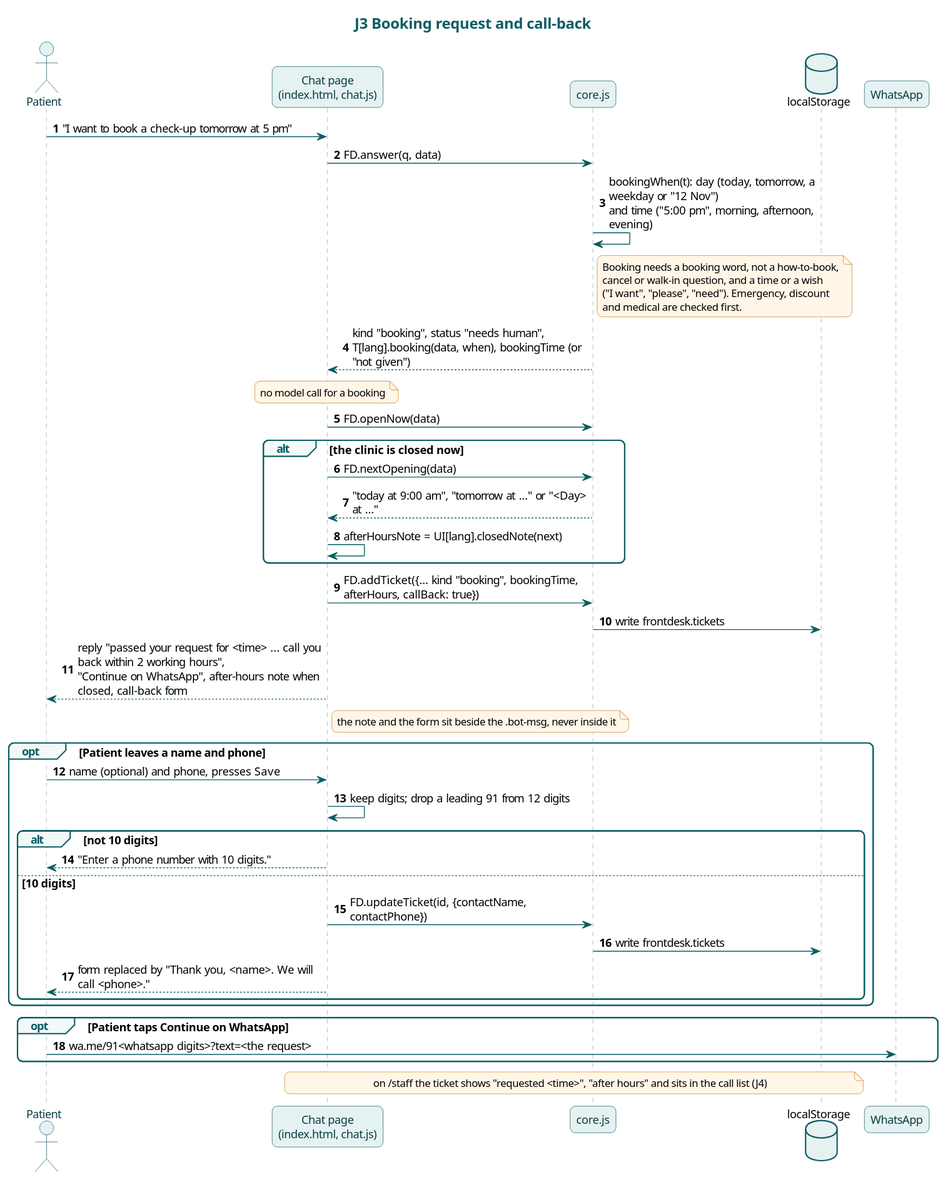
Above: docs/diagrams/j3-booking-and-call-back.svg in karwasanjay007/frontdesk-ai-docs (PlantUML), before the change.
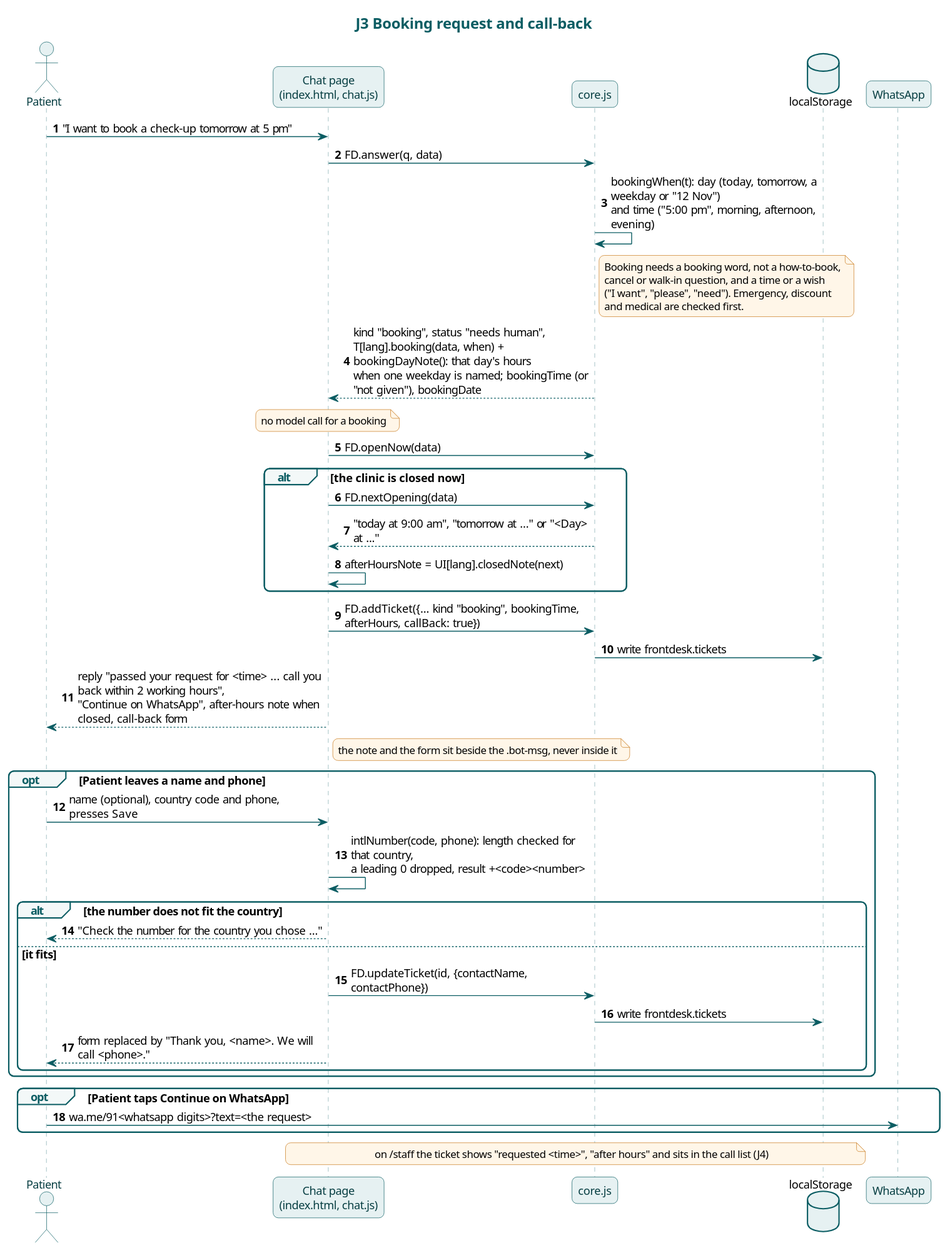
The same file after the commit.

Change to the diagram source:
```diff
@@ -17,7 +17,7 @@
 ("I want", "please", "need"). Emergency, discount
 and medical are checked first.
 end note
-Core --> Chat : kind "booking", status "needs human",\nT[lang].booking(data, when), bookingTime (or "not given")
+Core --> Chat : kind "booking", status "needs human",\nT[lang].booking(data, when) + bookingDayNote(): that day's hours\nwhen one weekday is named; bookingTime (or "not given"), bookingDate
 note over Chat : no model call for a booking
 Chat -> Core : FD.openNow(data)
 alt the clinic is closed now
@@ -31,11 +31,11 @@
 note right of Chat : the note and the form sit beside the .bot-msg, never inside it
 
 opt Patient leaves a name and phone
-  Patient -> Chat : name (optional) and phone, presses Save
-  Chat -> Chat : keep digits; drop a leading 91 from 12 digits
-  alt not 10 digits
-    Chat --> Patient : "Enter a phone number with 10 digits."
-  else 10 digits
+  Patient -> Chat : name (optional), country code and phone, presses Save
+  Chat -> Chat : intlNumber(code, phone): length checked for that country,\na leading 0 dropped, result +<code><number>
+  alt the number does not fit the country
+    Chat --> Patient : "Check the number for the country you chose ..."
+  else it fits
     Chat -> Core : FD.updateTicket(id, {contactName, contactPhone})
     Core -> LS : write frontdesk.tickets
     Chat --> Patient : form replaced by "Thank you, <name>. We will call <phone>."
```
